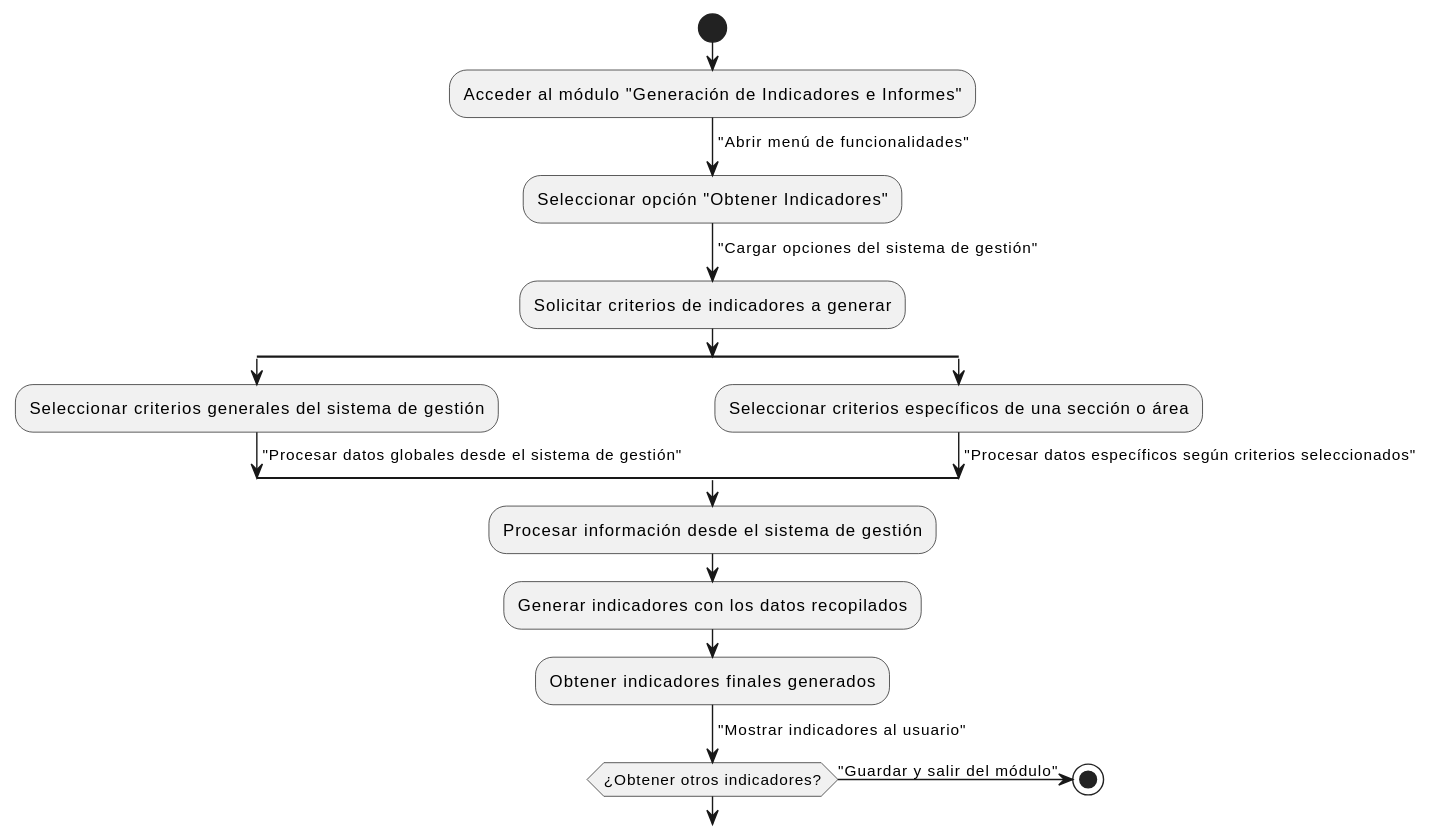
mmasias/24-25-IdSw1-SDR keeps this PlantUML diagram as images/modelosUML/CdU/DetallarCasosDeUso/TecnicoCalidad/ObtenerIndicadores.svg. Above is the earlier version.
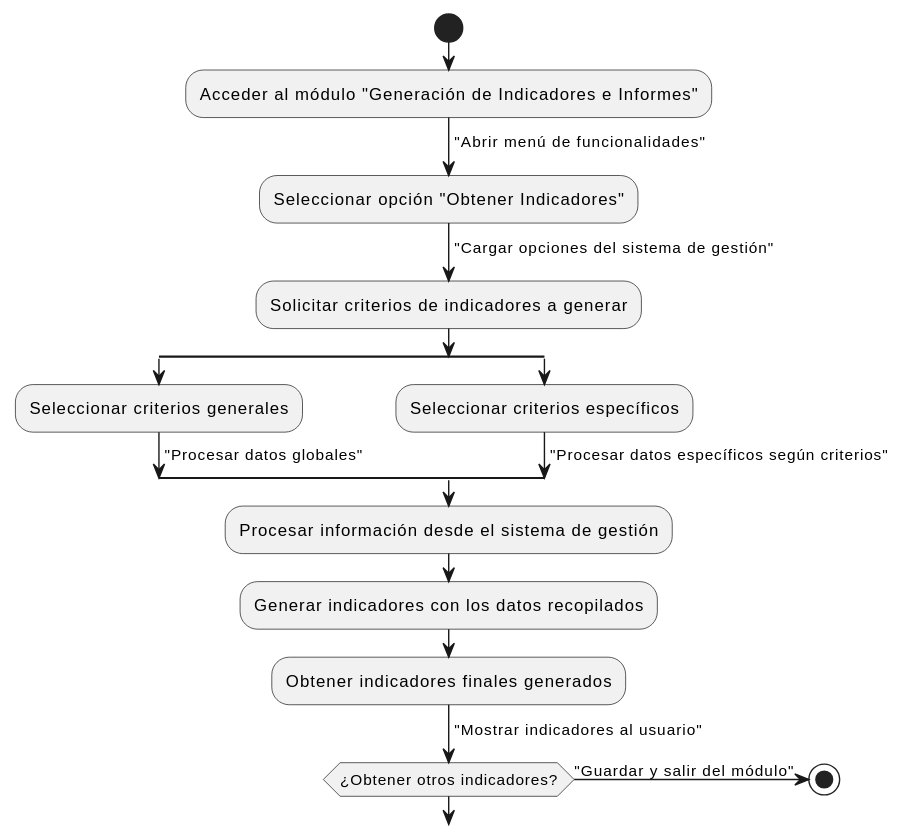
The same diagram one commit later.

Diff of the diagram source:
```diff
@@ -8,11 +8,11 @@
 :Solicitar criterios de indicadores a generar;
 
 split
-  :Seleccionar criterios generales del sistema de gestión;
-  -> "Procesar datos globales desde el sistema de gestión";
+  :Seleccionar criterios generales;
+  -> "Procesar datos globales";
 split again
-  :Seleccionar criterios específicos de una sección o área;
-  -> "Procesar datos específicos según criterios seleccionados";
+  :Seleccionar criterios específicos;
+  -> "Procesar datos específicos según criterios";
 endsplit
 
 :Procesar información desde el sistema de gestión;
```
